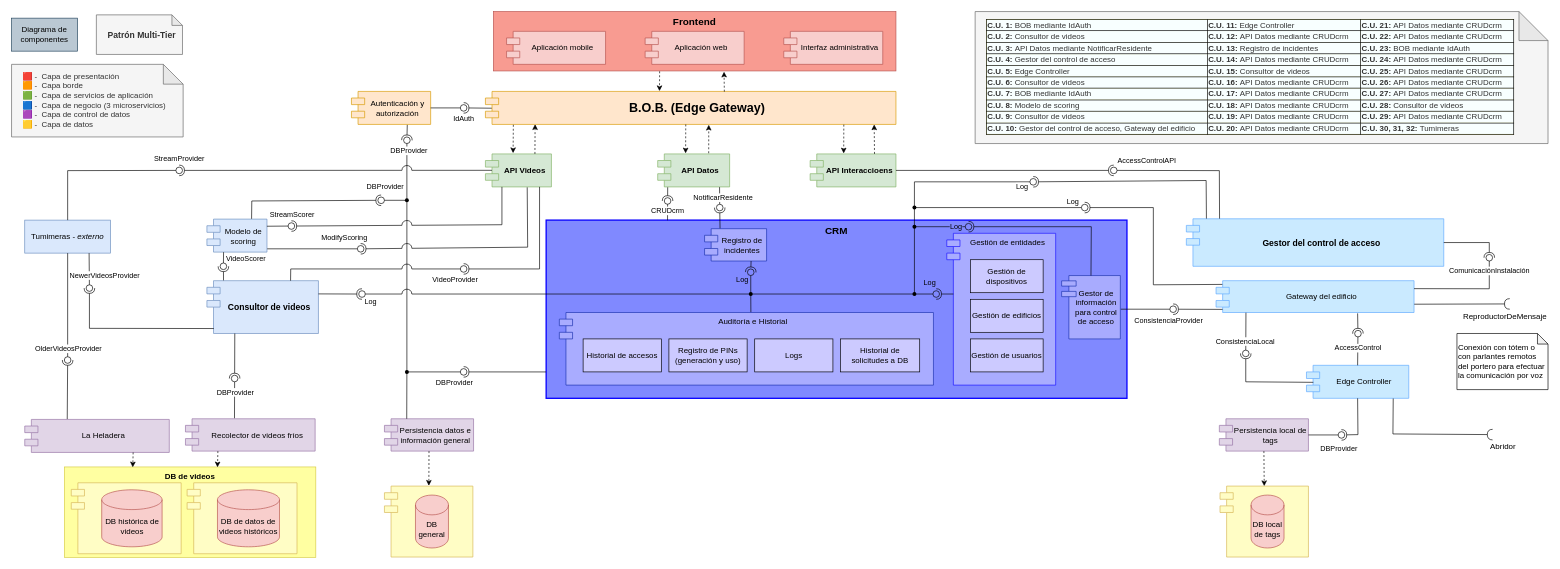
This is Documentación de la arquitectura/Diagramas/Editables-drawio/Diagrama-de-componentes.drawio from LIMoreno04/Caso-de-estudio---WolfSys---Arquitectura, a draw.io file, before an edit. Source tidied: cells renumbered, new cells numbered last; positions are measured from the earlier drawing's top-left corner, leaving out a move shared by most shapes. Both pictures are drawn from the tidied source at 66%, with x=0, y=0 at pixel (11, 11).
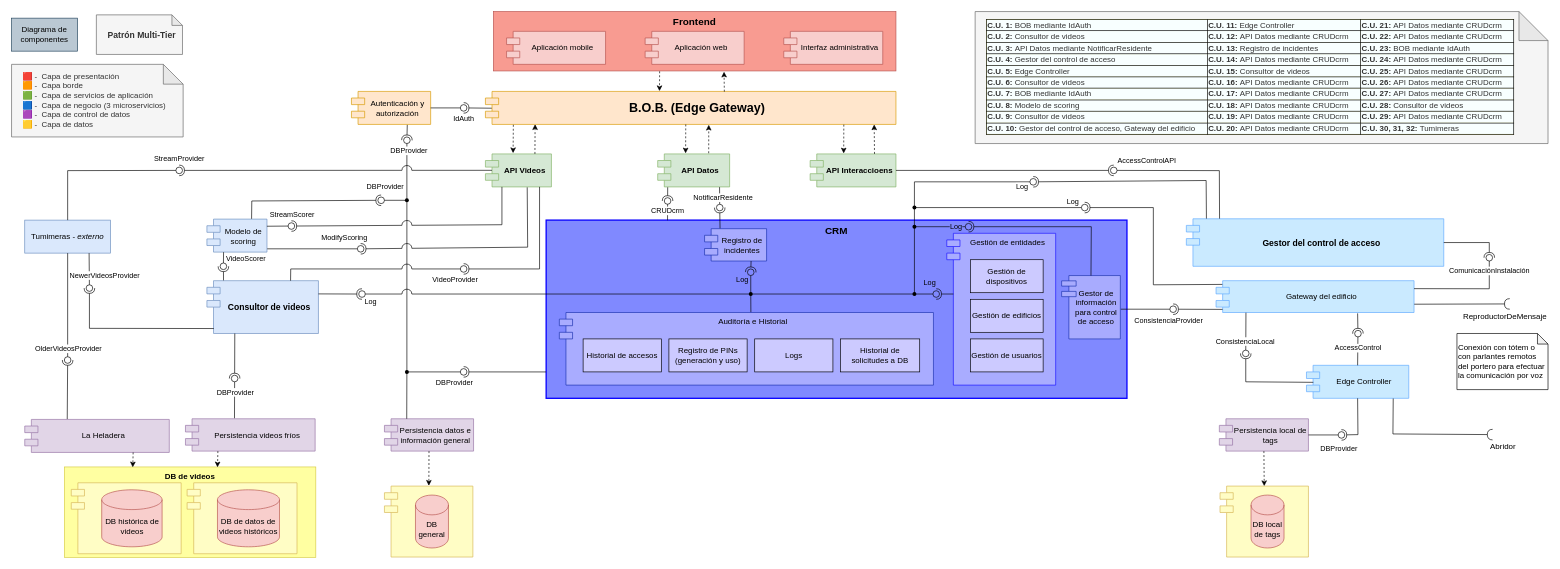
Above is the later version.

Diff of the diagram source:
```diff
@@
-    <mxCell id="109" value="Recolector de videos fríos" style="shape=module;align=left;spacingLeft=20;align=center;verticalAlign=middle;whiteSpace=wrap;html=1;fillColor=#e1d5e7;strokeColor=#9673a6;" parent="1" vertex="1">
+    <mxCell id="109" value="Persistencia videos fríos" style="shape=module;align=left;spacingLeft=20;align=center;verticalAlign=middle;whiteSpace=wrap;html=1;fillColor=#e1d5e7;strokeColor=#9673a6;" parent="1" vertex="1">
       <mxGeometry x="263.5" y="617" width="196.5" height="49" as="geometry" />
     </mxCell>
```
